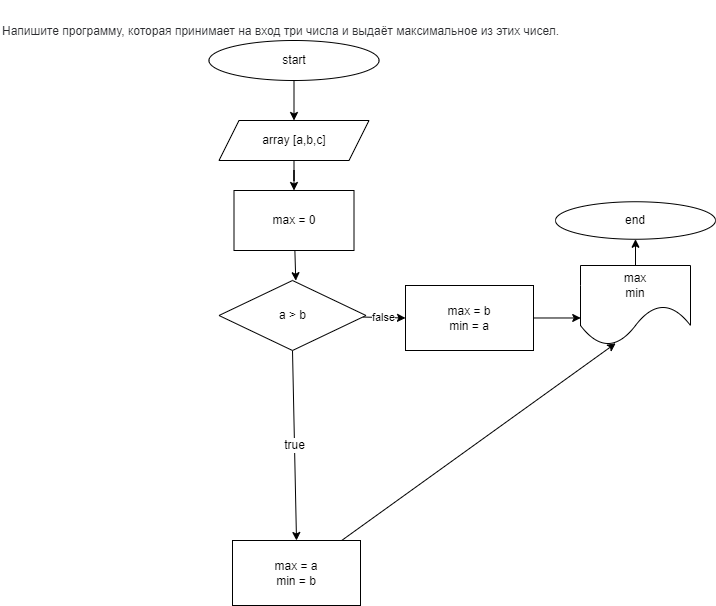
The draw.io diagram dz1_zadacha4/digram.drawio.png in sntitar/DZ_C-, before a commit. Source tidied: cells renumbered, new cells last; positions are measured from the earlier drawing's top-left corner, leaving out a move shared by most shapes.
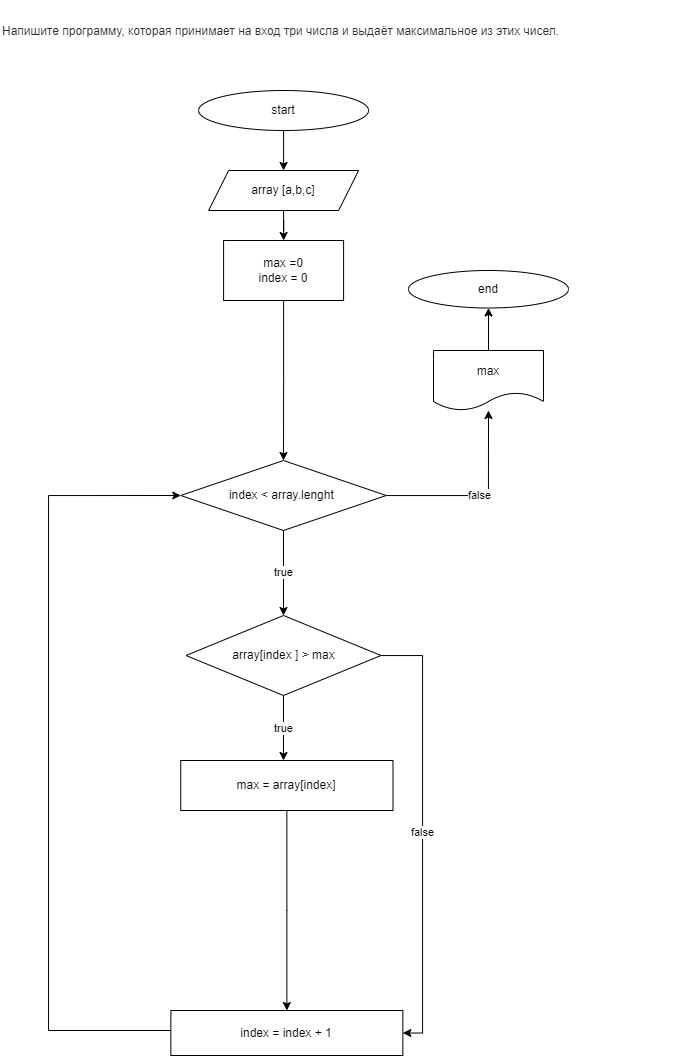
The same diagram one commit later.

What changed in the source:
```diff
@@ -6,59 +6,77 @@
       <mxGeometry relative="1" as="geometry" />
     </mxCell>
     <mxCell id="3" value="start" style="ellipse;whiteSpace=wrap;html=1;" parent="1" vertex="1">
-      <mxGeometry x="208.5" y="40" width="170" height="40" as="geometry" />
+      <mxGeometry x="198.1" y="100" width="170" height="40" as="geometry" />
     </mxCell>
-    <mxCell id="4" style="edgeStyle=orthogonalEdgeStyle;rounded=0;jettySize=auto;html=1;" parent="1" edge="1" source="5" target="7">
-      <mxGeometry relative="1" as="geometry" />
+    <mxCell id="4" style="edgeStyle=orthogonalEdgeStyle;rounded=0;jettySize=auto;html=1;" parent="1" edge="1" source="5">
+      <mxGeometry relative="1" as="geometry">
+        <mxPoint x="283.1" y="250" as="targetPoint" />
+      </mxGeometry>
     </mxCell>
     <mxCell id="5" value="array [a,b,c]" style="shape=parallelogram;perimeter=parallelogramPerimeter;whiteSpace=wrap;html=1;fixedSize=1;" parent="1" vertex="1">
-      <mxGeometry x="218.5" y="120" width="150" height="40" as="geometry" />
+      <mxGeometry x="208.1" y="180" width="150" height="40" as="geometry" />
     </mxCell>
-    <mxCell id="6" style="edgeStyle=none;html=1;" parent="1" edge="1" source="7">
-      <mxGeometry relative="1" as="geometry">
-        <mxPoint x="295.3" y="280.2" as="targetPoint" />
-      </mxGeometry>
-    </mxCell>
-    <mxCell id="7" value="max = 0" style="whiteSpace=wrap;html=1;" parent="1" vertex="1">
-      <mxGeometry x="233.5" y="190" width="120" height="60" as="geometry" />
-    </mxCell>
+    <mxCell id="9" value="&lt;h5&gt;&lt;span style=&quot;color: rgb(44 , 45 , 48) ; font-family: &amp;#34;roboto&amp;#34; , &amp;#34;san francisco&amp;#34; , &amp;#34;helvetica neue&amp;#34; , &amp;#34;helvetica&amp;#34; , &amp;#34;arial&amp;#34; ; font-weight: 400 ; background-color: rgb(255 , 255 , 255)&quot;&gt;&lt;font style=&quot;font-size: 12px&quot;&gt;Напишите программу, которая принимает на вход три числа и выдаёт максимальное из этих чисел.&lt;/font&gt;&lt;/span&gt;&lt;br&gt;&lt;/h5&gt;" style="text;whiteSpace=wrap;html=1;" parent="1" vertex="1">
+      <mxGeometry y="10" width="680" height="20" as="geometry" />
+    </mxCell>
+    <mxCell id="20" style="edgeStyle=orthogonalEdgeStyle;rounded=0;jettySize=auto;html=1;" parent="1" edge="1" source="21" target="24">
+      <mxGeometry relative="1" as="geometry" />
+    </mxCell>
+    <mxCell id="21" value="max =0&lt;br&gt;index = 0" style="whiteSpace=wrap;html=1;" parent="1" vertex="1">
+      <mxGeometry x="223.1" y="250" width="120" height="60" as="geometry" />
+    </mxCell>
+    <mxCell id="22" value="false" style="edgeStyle=orthogonalEdgeStyle;rounded=0;jettySize=auto;html=1;" parent="1" edge="1" source="24">
+      <mxGeometry relative="1" as="geometry">
+        <mxPoint x="488" y="420" as="targetPoint" />
+      </mxGeometry>
+    </mxCell>
+    <mxCell id="23" value="true" style="edgeStyle=orthogonalEdgeStyle;rounded=0;jettySize=auto;html=1;" parent="1" edge="1" source="24" target="33">
+      <mxGeometry relative="1" as="geometry" />
+    </mxCell>
+    <mxCell id="24" value="index &amp;lt; array.lenght&amp;nbsp;" style="rhombus;whiteSpace=wrap;html=1;" parent="1" vertex="1">
+      <mxGeometry x="180.2" y="470" width="205.5" height="70" as="geometry" />
+    </mxCell>
+    <mxCell id="25" style="edgeStyle=orthogonalEdgeStyle;rounded=0;jettySize=auto;html=1;" parent="1" edge="1" source="26" target="28">
+      <mxGeometry relative="1" as="geometry" />
+    </mxCell>
+    <mxCell id="26" value="max = array[index]" style="whiteSpace=wrap;html=1;" parent="1" vertex="1">
+      <mxGeometry x="180.2" y="770" width="212.2" height="50" as="geometry" />
+    </mxCell>
+    <mxCell id="27" style="edgeStyle=orthogonalEdgeStyle;rounded=0;jettySize=auto;html=1;entryX=0;entryY=0.5;entryDx=0;entryDy=0;" parent="1" edge="1" source="28" target="24">
+      <mxGeometry relative="1" as="geometry">
+        <Array as="points">
+          <mxPoint x="48" y="1040" />
+          <mxPoint x="48" y="505" />
+        </Array>
+      </mxGeometry>
+    </mxCell>
+    <mxCell id="28" value="index = index + 1" style="whiteSpace=wrap;html=1;" parent="1" vertex="1">
+      <mxGeometry x="170.4" y="1020" width="232" height="45" as="geometry" />
+    </mxCell>
+    <mxCell id="29" style="edgeStyle=orthogonalEdgeStyle;rounded=0;jettySize=auto;html=1;" parent="1" edge="1" source="30" target="8">
+      <mxGeometry relative="1" as="geometry" />
+    </mxCell>
+    <mxCell id="30" value="max" style="shape=document;whiteSpace=wrap;html=1;boundedLbl=1;" parent="1" vertex="1">
+      <mxGeometry x="433" y="360" width="110" height="60" as="geometry" />
+    </mxCell>
     <mxCell id="8" value="end" style="ellipse;whiteSpace=wrap;html=1;" parent="1" vertex="1">
-      <mxGeometry x="555" y="201.2" width="160" height="37.5" as="geometry" />
+      <mxGeometry x="408" y="280" width="160" height="37.5" as="geometry" />
     </mxCell>
-    <mxCell id="9" value="&lt;h5&gt;&lt;span style=&quot;color: rgb(44 , 45 , 48) ; font-family: &amp;#34;roboto&amp;#34; , &amp;#34;san francisco&amp;#34; , &amp;#34;helvetica neue&amp;#34; , &amp;#34;helvetica&amp;#34; , &amp;#34;arial&amp;#34; ; font-weight: 400 ; background-color: rgb(255 , 255 , 255)&quot;&gt;&lt;font style=&quot;font-size: 12px&quot;&gt;Напишите программу, которая принимает на вход три числа и выдаёт максимальное из этих чисел.&lt;/font&gt;&lt;/span&gt;&lt;br&gt;&lt;/h5&gt;" style="text;whiteSpace=wrap;html=1;" parent="1" vertex="1">
-      <mxGeometry width="680" height="20" as="geometry" />
-    </mxCell>
-    <mxCell id="10" value="true" style="edgeStyle=none;html=1;fontSize=12;entryX=0.5;entryY=0;entryDx=0;entryDy=0;exitX=0.5;exitY=1;exitDx=0;exitDy=0;" parent="1" edge="1" source="17" target="13">
-      <mxGeometry relative="1" as="geometry" />
-    </mxCell>
-    <mxCell id="11" style="edgeStyle=none;html=1;exitX=0.5;exitY=0;exitDx=0;exitDy=0;" parent="1" edge="1" source="13">
-      <mxGeometry relative="1" as="geometry">
-        <mxPoint x="296" y="553" as="targetPoint" />
-      </mxGeometry>
-    </mxCell>
-    <mxCell id="12" style="edgeStyle=none;html=1;entryX=0.32;entryY=0.972;entryDx=0;entryDy=0;entryPerimeter=0;" parent="1" edge="1" source="13" target="15">
-      <mxGeometry relative="1" as="geometry" />
-    </mxCell>
-    <mxCell id="13" value="max = a&lt;br&gt;min = b" style="whiteSpace=wrap;html=1;" parent="1" vertex="1">
-      <mxGeometry x="232" y="540" width="128" height="65" as="geometry" />
-    </mxCell>
-    <mxCell id="14" style="edgeStyle=none;html=1;" parent="1" edge="1" source="15" target="8">
-      <mxGeometry relative="1" as="geometry" />
-    </mxCell>
-    <mxCell id="15" value="max&lt;br&gt;min" style="shape=document;whiteSpace=wrap;html=1;boundedLbl=1;size=0.5;" parent="1" vertex="1">
-      <mxGeometry x="580" y="265" width="110" height="80" as="geometry" />
-    </mxCell>
-    <mxCell id="16" value="false" style="edgeStyle=none;html=1;entryX=0;entryY=0.5;entryDx=0;entryDy=0;" parent="1" edge="1" source="17" target="19">
-      <mxGeometry relative="1" as="geometry" />
-    </mxCell>
-    <mxCell id="17" value="a &amp;gt; b" style="rhombus;whiteSpace=wrap;html=1;" parent="1" vertex="1">
-      <mxGeometry x="218.5" y="280" width="147" height="70" as="geometry" />
-    </mxCell>
-    <mxCell id="18" style="edgeStyle=none;html=1;entryX=0.002;entryY=0.656;entryDx=0;entryDy=0;entryPerimeter=0;" parent="1" edge="1" source="19" target="15">
-      <mxGeometry relative="1" as="geometry" />
-    </mxCell>
-    <mxCell id="19" value="max = b&lt;br&gt;min = a" style="whiteSpace=wrap;html=1;" parent="1" vertex="1">
-      <mxGeometry x="405" y="285" width="128" height="65" as="geometry" />
-    </mxCell>
+    <mxCell id="31" value="true" style="edgeStyle=orthogonalEdgeStyle;rounded=0;jettySize=auto;html=1;entryX=0.5;entryY=0;entryDx=0;entryDy=0;entryPerimeter=0;" parent="1" edge="1" source="33">
+      <mxGeometry relative="1" as="geometry">
+        <mxPoint x="283" y="770" as="targetPoint" />
+      </mxGeometry>
+    </mxCell>
+    <mxCell id="32" value="false" style="edgeStyle=orthogonalEdgeStyle;rounded=0;jettySize=auto;html=1;entryX=1;entryY=0.5;entryDx=0;entryDy=0;" parent="1" edge="1" source="33" target="28">
+      <mxGeometry relative="1" as="geometry">
+        <Array as="points">
+          <mxPoint x="422" y="665" />
+          <mxPoint x="422" y="1042" />
+        </Array>
+      </mxGeometry>
+    </mxCell>
+    <mxCell id="33" value="array[index ] &amp;gt; max" style="rhombus;whiteSpace=wrap;html=1;" parent="1" vertex="1">
+      <mxGeometry x="185.5" y="625" width="195" height="80" as="geometry" />
+    </mxCell>
   </root>
 </mxGraphModel>
```
